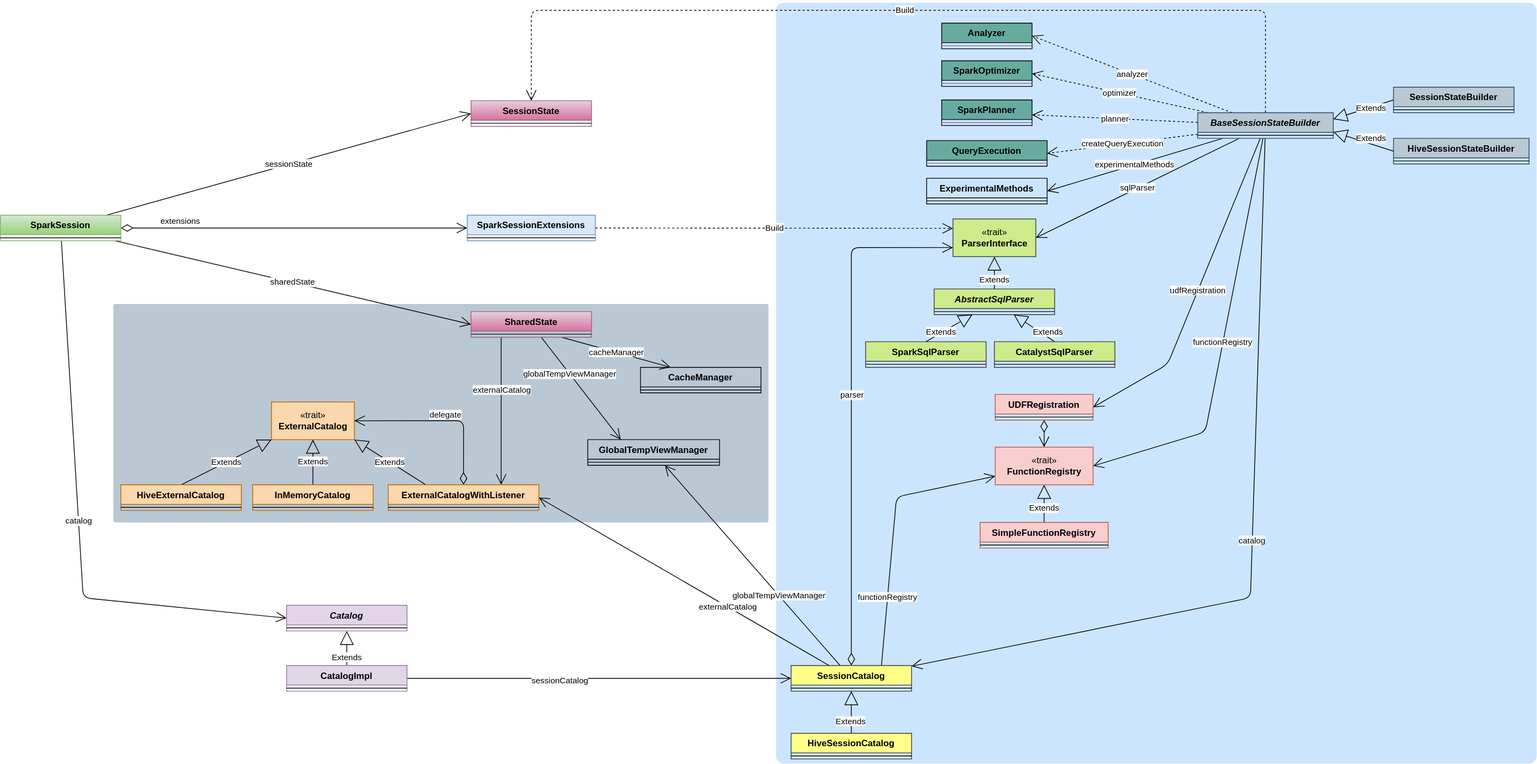
This is images/spark/SparkSession-component-classes.svg from jtLiBrain/jtLiBrain.github.io, a draw.io export, as it was before one commit. Source tidied: cells renumbered, new cells last; positions are measured from the earlier drawing's top-left corner, leaving out a move shared by most shapes.
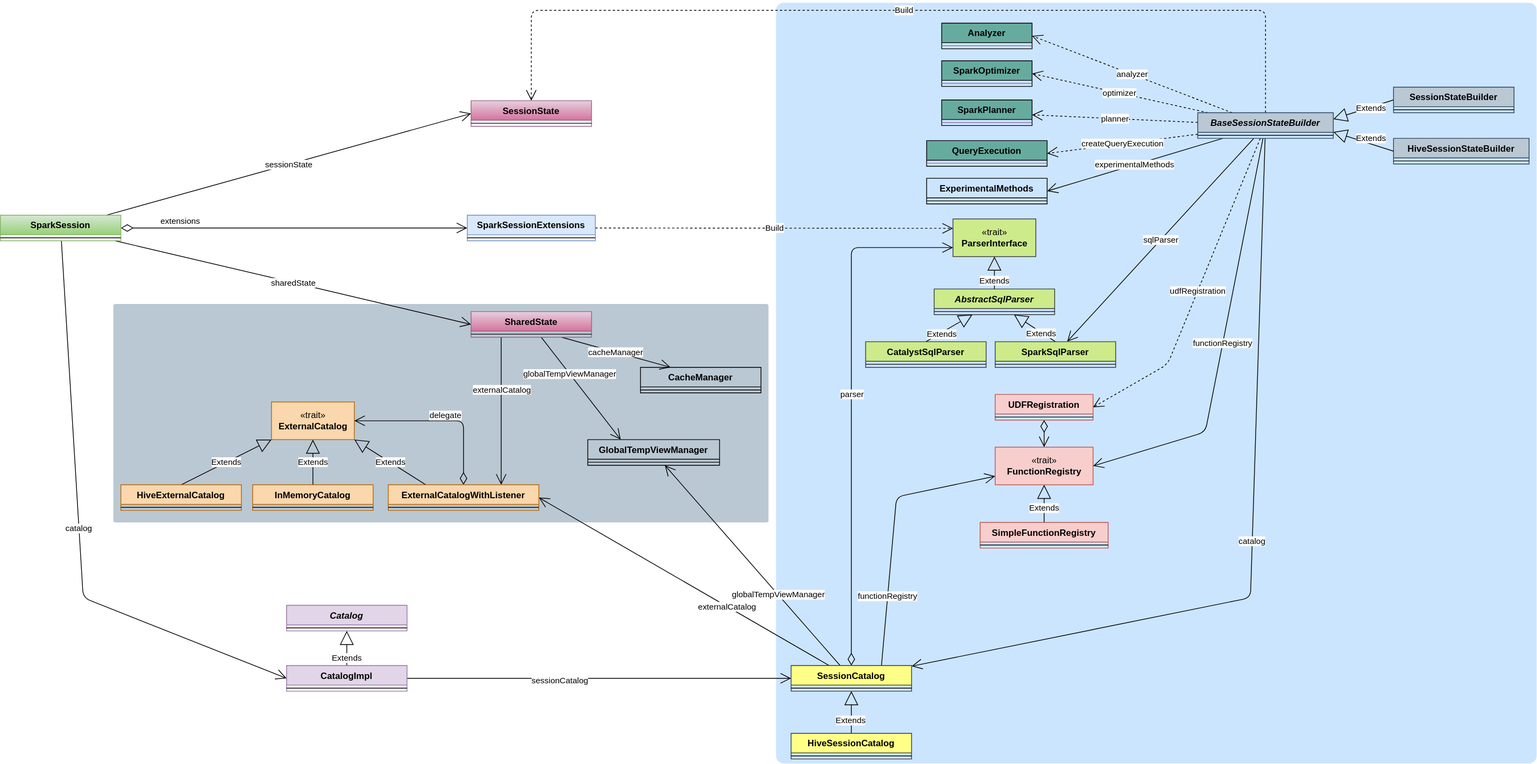
The same file after the commit.

What changed in the source:
```diff
@@ -101,7 +101,7 @@
       <mxGeometry x="-0.48" relative="1" as="geometry" />
     </mxCell>
     <mxCell id="31" value="Extends" style="endArrow=block;endSize=16;endFill=0;html=1;strokeColor=#000000;strokeWidth=1;exitX=0.5;exitY=0;exitDx=0;exitDy=0;" parent="1" edge="1" source="66" target="62">
-      <mxGeometry x="-0.53" y="-6" relative="1" as="geometry" />
+      <mxGeometry x="-0.35" y="-2" relative="1" as="geometry" />
     </mxCell>
     <mxCell id="32" value="Extends" style="endArrow=block;endSize=16;endFill=0;html=1;strokeColor=#000000;strokeWidth=1;exitX=0.5;exitY=0;exitDx=0;exitDy=0;" parent="1" edge="1" source="64" target="62">
       <mxGeometry x="-0.33" y="1" relative="1" as="geometry" />
@@ -109,7 +109,7 @@
     <mxCell id="33" value="Build" style="endArrow=open;endSize=12;dashed=1;html=1;strokeColor=#000000;strokeWidth=1;exitX=1;exitY=0.5;exitDx=0;exitDy=0;entryX=0;entryY=0.25;entryDx=0;entryDy=0;" parent="1" edge="1" source="68" target="29">
       <mxGeometry relative="1" as="geometry" />
     </mxCell>
-    <mxCell id="34" value="sqlParser" style="endArrow=open;endFill=1;endSize=12;html=1;strokeColor=#000000;strokeWidth=1;entryX=1;entryY=0.5;entryDx=0;entryDy=0;" parent="1" edge="1" source="100" target="29">
+    <mxCell id="34" value="sqlParser" style="endArrow=open;endFill=1;endSize=12;html=1;strokeColor=#000000;strokeWidth=1;" parent="1" edge="1" source="100" target="64">
       <mxGeometry relative="1" as="geometry" />
     </mxCell>
     <mxCell id="35" value="catalog" style="endArrow=open;endFill=1;endSize=12;html=1;strokeColor=#000000;strokeWidth=1;" parent="1" edge="1" source="100" target="86">
@@ -160,7 +160,7 @@
     <mxCell id="45" value="planner" style="endArrow=open;endSize=12;dashed=1;html=1;strokeColor=#000000;strokeWidth=1;" parent="1" edge="1" source="100" target="78">
       <mxGeometry relative="1" as="geometry" />
     </mxCell>
-    <mxCell id="46" value="udfRegistration" style="endArrow=open;endFill=1;endSize=12;html=1;strokeColor=#000000;strokeWidth=1;entryX=1;entryY=0.5;entryDx=0;entryDy=0;" parent="1" edge="1" source="100" target="90">
+    <mxCell id="46" value="udfRegistration" style="endArrow=open;endFill=1;endSize=12;html=1;strokeColor=#000000;strokeWidth=1;entryX=1;entryY=0.5;entryDx=0;entryDy=0;dashed=1;" parent="1" edge="1" source="100" target="90">
       <mxGeometry relative="1" as="geometry">
         <Array as="points">
           <mxPoint x="1550" y="480" />
@@ -173,7 +173,7 @@
     <mxCell id="48" style="endArrow=open;html=1;endSize=12;startArrow=diamondThin;startSize=14;startFill=0;edgeStyle=orthogonalEdgeStyle;align=left;verticalAlign=bottom;strokeColor=#000000;strokeWidth=1;exitX=0.5;exitY=1;exitDx=0;exitDy=0;" parent="1" edge="1" source="90" target="22">
       <mxGeometry x="-1" y="3" relative="1" as="geometry" />
     </mxCell>
-    <mxCell id="49" value="catalog" style="endArrow=open;endFill=1;endSize=12;html=1;strokeColor=#000000;strokeWidth=1;entryX=0;entryY=0.5;entryDx=0;entryDy=0;" parent="1" edge="1" source="70" target="96">
+    <mxCell id="49" value="catalog" style="endArrow=open;endFill=1;endSize=12;html=1;strokeColor=#000000;strokeWidth=1;entryX=0;entryY=0.5;entryDx=0;entryDy=0;" parent="1" edge="1" source="70" target="84">
       <mxGeometry relative="1" as="geometry">
         <Array as="points">
           <mxPoint x="110" y="790" />
@@ -223,13 +223,13 @@
       <mxGeometry y="26" width="160" height="8" as="geometry" />
     </mxCell>
     <mxCell id="64" value="SparkSqlParser" style="swimlane;fontStyle=1;align=center;verticalAlign=top;horizontal=1;startSize=26;strokeColor=#36393d;strokeWidth=1;fillColor=#cdeb8b;" parent="1" vertex="1">
-      <mxGeometry x="1149" y="450" width="160" height="34" as="geometry" />
+      <mxGeometry x="1321" y="450" width="160" height="34" as="geometry" />
     </mxCell>
     <mxCell id="65" style="line;strokeWidth=1;fillColor=none;align=left;verticalAlign=middle;spacingTop=-1;spacingLeft=3;spacingRight=3;labelPosition=right;" parent="64" vertex="1">
       <mxGeometry y="26" width="160" height="8" as="geometry" />
     </mxCell>
     <mxCell id="66" value="CatalystSqlParser" style="swimlane;fontStyle=1;align=center;verticalAlign=top;horizontal=1;startSize=26;strokeColor=#36393d;strokeWidth=1;fillColor=#cdeb8b;" parent="1" vertex="1">
-      <mxGeometry x="1320" y="450" width="160" height="34" as="geometry" />
+      <mxGeometry x="1149" y="450" width="160" height="34" as="geometry" />
     </mxCell>
     <mxCell id="67" style="line;strokeWidth=1;fillColor=none;align=left;verticalAlign=middle;spacingTop=-1;spacingLeft=3;spacingRight=3;labelPosition=right;" parent="66" vertex="1">
       <mxGeometry y="26" width="160" height="8" as="geometry" />
```
